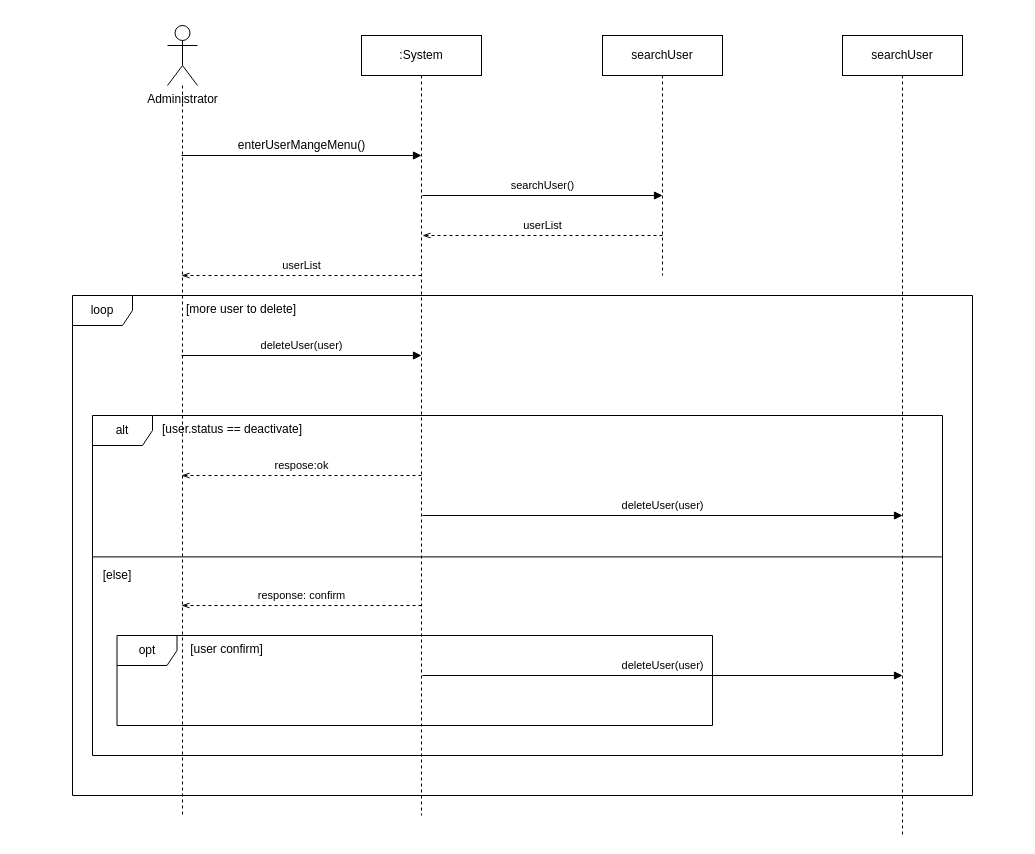
Above: page "DeleteUser" (2 of 3) of diagram/sequence_diagram.drawio in wonbeomjang/CAU11708-book-selling-system (draw.io), before the change. Source tidied: cells renumbered, new cells numbered last; positions are measured from the earlier drawing's top-left corner, leaving out a move shared by most shapes. Both pictures are drawn from the tidied source at 100%, with x=0, y=0 at pixel (72, 25).
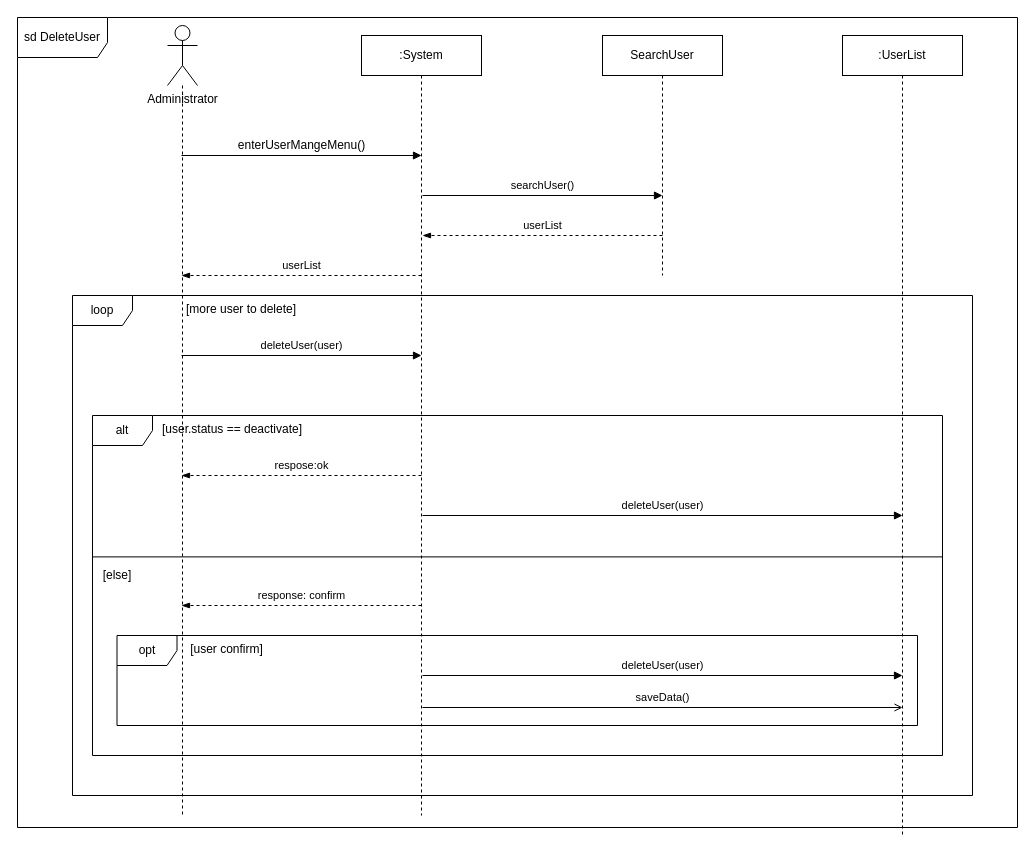
After the change.

The edit, as a diff of the source:
```diff
@@
-    <mxCell id="8" value="userList" style="endArrow=openThin;html=1;endFill=0;dashed=1;" parent="1" edge="1">
+    <mxCell id="8" value="userList" style="endArrow=blockThin;html=1;endFill=1;dashed=1;" parent="1" edge="1">
       <mxGeometry y="-10" relative="1" as="geometry">
         <mxPoint x="590" y="210" as="sourcePoint" />
         <mxPoint x="350" y="210" as="targetPoint" />
       </mxGeometry>
     </mxCell>
@@
-    <mxCell id="13" value="respose:ok" style="endArrow=openThin;html=1;endFill=0;dashed=1;" parent="1" edge="1">
+    <mxCell id="13" value="respose:ok" style="endArrow=blockThin;html=1;endFill=1;dashed=1;" parent="1" edge="1">
       <mxGeometry y="-10" relative="1" as="geometry">
         <mxPoint x="349" y="450" as="sourcePoint" />
         <mxPoint x="109" y="450" as="targetPoint" />
       </mxGeometry>
     </mxCell>
-    <mxCell id="14" value="response: confirm" style="endArrow=openThin;html=1;endFill=0;dashed=1;" parent="1" edge="1">
+    <mxCell id="14" value="response: confirm" style="endArrow=blockThin;html=1;endFill=1;dashed=1;" parent="1" edge="1">
       <mxGeometry y="-10" relative="1" as="geometry">
         <mxPoint x="349" y="580" as="sourcePoint" />
         <mxPoint x="109" y="580" as="targetPoint" />
       </mxGeometry>
     </mxCell>
@@
-    <mxCell id="18" value="searchUser" style="rounded=0;whiteSpace=wrap;html=1;labelBackgroundColor=none;" parent="1" vertex="1">
+    <mxCell id="18" value="SearchUser" style="rounded=0;whiteSpace=wrap;html=1;labelBackgroundColor=none;" parent="1" vertex="1">
       <mxGeometry x="530" y="10" width="120" height="40" as="geometry" />
     </mxCell>
@@
-    <mxCell id="20" value="userList" style="endArrow=openThin;html=1;endFill=0;dashed=1;" parent="1" edge="1">
+    <mxCell id="20" value="userList" style="endArrow=blockThin;html=1;endFill=1;dashed=1;" parent="1" edge="1">
       <mxGeometry y="-10" relative="1" as="geometry">
         <mxPoint x="349" y="250" as="sourcePoint" />
         <mxPoint x="109" y="250" as="targetPoint" />
       </mxGeometry>
     </mxCell>
@@
-    <mxCell id="22" value="searchUser" style="rounded=0;whiteSpace=wrap;html=1;labelBackgroundColor=none;" parent="1" vertex="1">
+    <mxCell id="22" value=":UserList" style="rounded=0;whiteSpace=wrap;html=1;labelBackgroundColor=none;" parent="1" vertex="1">
       <mxGeometry x="770" y="10" width="120" height="40" as="geometry" />
     </mxCell>
@@
     <mxCell id="24" value="opt" style="shape=umlFrame;whiteSpace=wrap;html=1;labelBackgroundColor=none;" parent="1" vertex="1">
-      <mxGeometry x="44.5" y="610" width="595.5" height="90" as="geometry" />
+      <mxGeometry x="44.5" y="610" width="800.5" height="90" as="geometry" />
     </mxCell>
@@
+    <mxCell id="27" value="saveData()" style="endArrow=open;html=1;endFill=0;labelBackgroundColor=none;" parent="1" edge="1">
+      <mxGeometry y="10" relative="1" as="geometry">
+        <mxPoint x="350" y="682" as="sourcePoint" />
+        <mxPoint x="830" y="682" as="targetPoint" />
+      </mxGeometry>
+    </mxCell>
+    <mxCell id="28" value="sd DeleteUser" style="shape=umlFrame;whiteSpace=wrap;html=1;width=90;height=40;" parent="1" vertex="1">
+      <mxGeometry x="-55" y="-8" width="1000" height="810" as="geometry" />
+    </mxCell>
```
